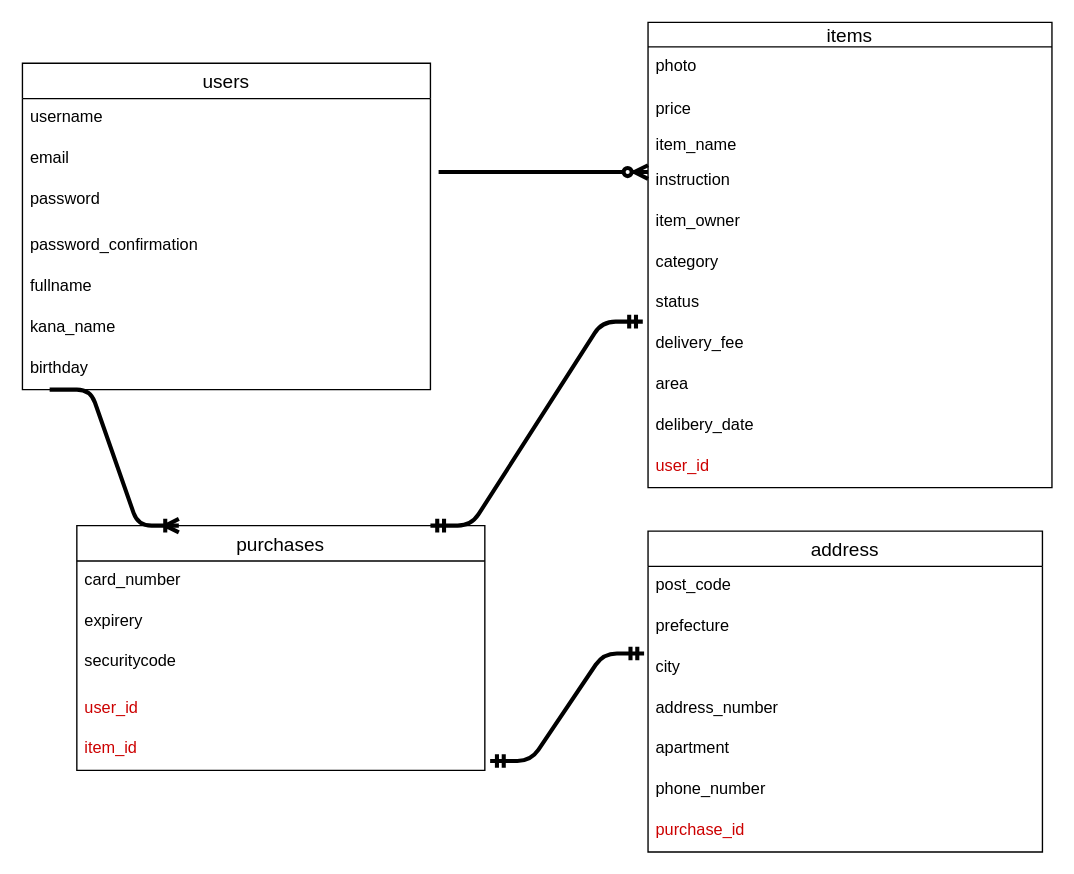
Earlier version of the draw.io diagram test.dio (sappy920/furima-29613). Source tidied: cells renumbered, new cells numbered last; positions are measured from the earlier drawing's top-left corner, leaving out a move shared by most shapes. Both pictures are drawn from the tidied source at 136%, with x=0, y=0 at pixel (22, 22).
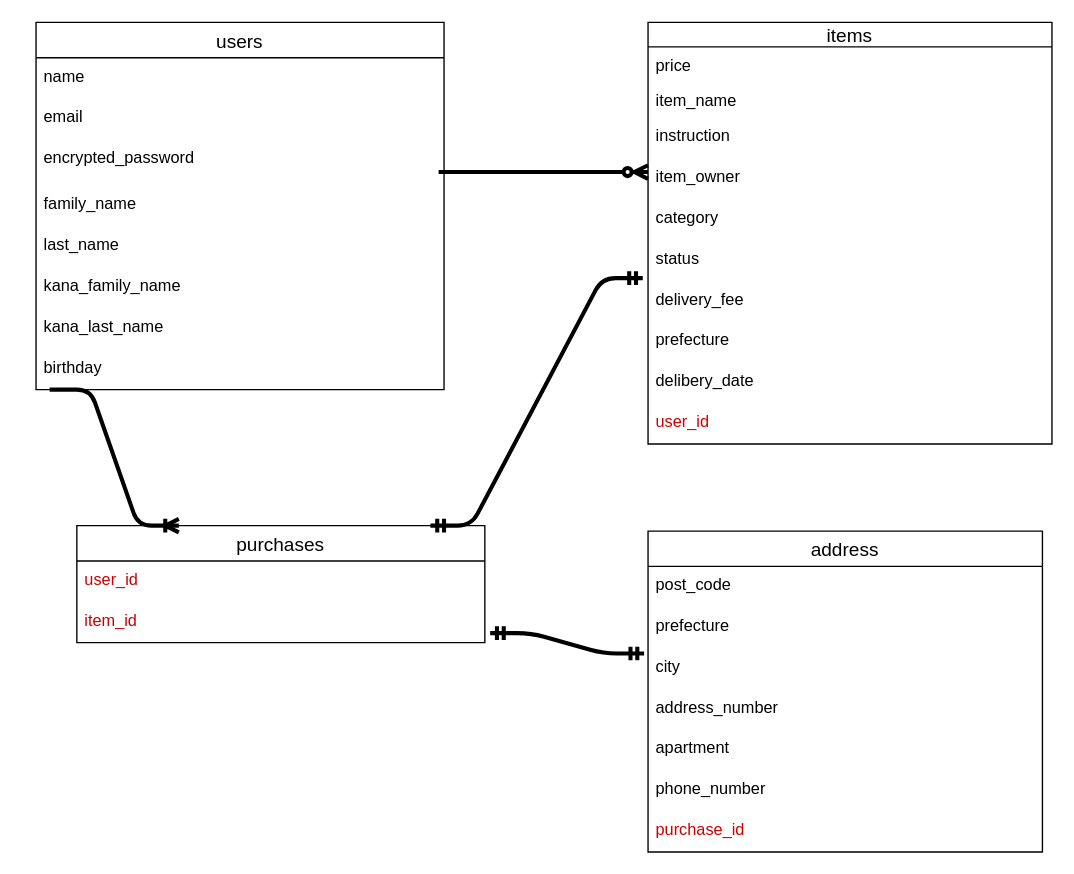
The same diagram, later.

Commit message (it also covers changes not shown here):
テーブル設計の修正

What changed in the source:
```diff
@@
     <mxCell id="2" value="users" style="swimlane;fontStyle=0;horizontal=1;startSize=26;align=center;fontSize=14;" parent="1" vertex="1">
-      <mxGeometry y="30" width="300" height="240" as="geometry" />
+      <mxGeometry x="10" width="300" height="270" as="geometry" />
     </mxCell>
-    <mxCell id="3" value="username" style="text;strokeColor=none;fillColor=none;spacingLeft=4;spacingRight=4;overflow=hidden;fontSize=12;" parent="2" vertex="1">
+    <mxCell id="3" value="name" style="text;strokeColor=none;fillColor=none;spacingLeft=4;spacingRight=4;overflow=hidden;fontSize=12;" parent="2" vertex="1">
       <mxGeometry y="26" width="300" height="30" as="geometry" />
     </mxCell>
@@
-    <mxCell id="5" value="password&#10;" style="text;strokeColor=none;fillColor=none;spacingLeft=4;spacingRight=4;overflow=hidden;fontSize=12;" parent="2" vertex="1">
+    <mxCell id="5" value="encrypted_password&#10;" style="text;strokeColor=none;fillColor=none;spacingLeft=4;spacingRight=4;overflow=hidden;fontSize=12;" parent="2" vertex="1">
       <mxGeometry y="86" width="300" height="34" as="geometry" />
     </mxCell>
-    <mxCell id="6" value="password_confirmation" style="text;strokeColor=none;fillColor=none;spacingLeft=4;spacingRight=4;overflow=hidden;fontSize=12;" parent="2" vertex="1">
-      <mxGeometry y="120" width="300" height="30" as="geometry" />
-    </mxCell>
-    <mxCell id="7" value="fullname&#10;" style="text;strokeColor=none;fillColor=none;spacingLeft=4;spacingRight=4;overflow=hidden;fontSize=12;" parent="2" vertex="1">
-      <mxGeometry y="150" width="300" height="30" as="geometry" />
+    <mxCell id="7" value="family_name" style="text;strokeColor=none;fillColor=none;spacingLeft=4;spacingRight=4;overflow=hidden;fontSize=12;" parent="2" vertex="1">
+      <mxGeometry y="120" width="300" height="30" as="geometry" />
     </mxCell>
-    <mxCell id="8" value="kana_name" style="text;strokeColor=none;fillColor=none;spacingLeft=4;spacingRight=4;overflow=hidden;fontSize=12;" parent="2" vertex="1">
-      <mxGeometry y="180" width="300" height="30" as="geometry" />
+    <mxCell id="8" value="last_name" style="text;strokeColor=none;fillColor=none;spacingLeft=4;spacingRight=4;overflow=hidden;fontSize=12;" parent="2" vertex="1">
+      <mxGeometry y="150" width="300" height="30" as="geometry" />
     </mxCell>
+    <mxCell id="40" value="kana_family_name" style="text;strokeColor=none;fillColor=none;spacingLeft=4;spacingRight=4;overflow=hidden;fontSize=12;" parent="2" vertex="1">
+      <mxGeometry y="180" width="300" height="30" as="geometry" />
+    </mxCell>
+    <mxCell id="41" value="kana_last_name" style="text;strokeColor=none;fillColor=none;spacingLeft=4;spacingRight=4;overflow=hidden;fontSize=12;" parent="2" vertex="1">
+      <mxGeometry y="210" width="300" height="30" as="geometry" />
+    </mxCell>
     <mxCell id="9" value="birthday&#10;&#10;" style="text;strokeColor=none;fillColor=none;spacingLeft=4;spacingRight=4;overflow=hidden;fontSize=12;" parent="2" vertex="1">
-      <mxGeometry y="210" width="300" height="30" as="geometry" />
+      <mxGeometry y="240" width="300" height="30" as="geometry" />
     </mxCell>
     <mxCell id="10" value="items" style="swimlane;fontStyle=0;horizontal=1;startSize=18;align=center;fontSize=14;" parent="1" vertex="1">
-      <mxGeometry x="460" width="297" height="342" as="geometry" />
+      <mxGeometry x="460" width="297" height="310" as="geometry" />
     </mxCell>
-    <mxCell id="11" value="photo" style="text;strokeColor=none;fillColor=none;spacingLeft=4;spacingRight=4;overflow=hidden;fontSize=12;" parent="10" vertex="1">
-      <mxGeometry y="18" width="297" height="32" as="geometry" />
-    </mxCell>
     <mxCell id="12" value="price" style="text;strokeColor=none;fillColor=none;spacingLeft=4;spacingRight=4;overflow=hidden;fontSize=12;" parent="10" vertex="1">
-      <mxGeometry y="50" width="297" height="26" as="geometry" />
+      <mxGeometry y="18" width="297" height="26" as="geometry" />
     </mxCell>
     <mxCell id="13" value="item_name" style="text;strokeColor=none;fillColor=none;spacingLeft=4;spacingRight=4;overflow=hidden;fontSize=12;" parent="10" vertex="1">
-      <mxGeometry y="76" width="297" height="26" as="geometry" />
+      <mxGeometry y="44" width="297" height="26" as="geometry" />
     </mxCell>
     <mxCell id="14" value="instruction" style="text;strokeColor=none;fillColor=none;spacingLeft=4;spacingRight=4;overflow=hidden;fontSize=12;" parent="10" vertex="1">
-      <mxGeometry y="102" width="297" height="30" as="geometry" />
+      <mxGeometry y="70" width="297" height="30" as="geometry" />
     </mxCell>
     <mxCell id="15" value="item_owner" style="text;strokeColor=none;fillColor=none;spacingLeft=4;spacingRight=4;overflow=hidden;fontSize=12;" parent="10" vertex="1">
-      <mxGeometry y="132" width="297" height="30" as="geometry" />
+      <mxGeometry y="100" width="297" height="30" as="geometry" />
     </mxCell>
     <mxCell id="16" value="category " style="text;strokeColor=none;fillColor=none;spacingLeft=4;spacingRight=4;overflow=hidden;fontSize=12;" parent="10" vertex="1">
-      <mxGeometry y="162" width="297" height="30" as="geometry" />
+      <mxGeometry y="130" width="297" height="30" as="geometry" />
     </mxCell>
     <mxCell id="17" value="status" style="text;strokeColor=none;fillColor=none;spacingLeft=4;spacingRight=4;overflow=hidden;fontSize=12;" parent="10" vertex="1">
-      <mxGeometry y="192" width="297" height="30" as="geometry" />
+      <mxGeometry y="160" width="297" height="30" as="geometry" />
     </mxCell>
     <mxCell id="18" value="delivery_fee" style="text;strokeColor=none;fillColor=none;spacingLeft=4;spacingRight=4;overflow=hidden;points=[[0,0.5],[1,0.5]];portConstraint=eastwest;fontSize=12;" parent="10" vertex="1">
-      <mxGeometry y="222" width="297" height="30" as="geometry" />
+      <mxGeometry y="190" width="297" height="30" as="geometry" />
     </mxCell>
-    <mxCell id="19" value="area" style="text;strokeColor=none;fillColor=none;spacingLeft=4;spacingRight=4;overflow=hidden;fontSize=12;" parent="10" vertex="1">
-      <mxGeometry y="252" width="297" height="30" as="geometry" />
+    <mxCell id="19" value="prefecture" style="text;strokeColor=none;fillColor=none;spacingLeft=4;spacingRight=4;overflow=hidden;fontSize=12;" parent="10" vertex="1">
+      <mxGeometry y="220" width="297" height="30" as="geometry" />
     </mxCell>
     <mxCell id="20" value="delibery_date" style="text;strokeColor=none;fillColor=none;spacingLeft=4;spacingRight=4;overflow=hidden;fontSize=12;" parent="10" vertex="1">
-      <mxGeometry y="282" width="297" height="30" as="geometry" />
+      <mxGeometry y="250" width="297" height="30" as="geometry" />
     </mxCell>
     <mxCell id="21" value="user_id" style="text;strokeColor=none;fillColor=none;spacingLeft=4;spacingRight=4;overflow=hidden;fontSize=12;fontColor=#CC0000;" parent="10" vertex="1">
-      <mxGeometry y="312" width="297" height="30" as="geometry" />
+      <mxGeometry y="280" width="297" height="30" as="geometry" />
     </mxCell>
@@
     <mxCell id="23" value="purchases" style="swimlane;fontStyle=0;horizontal=1;startSize=26;align=center;fontSize=14;" parent="1" vertex="1">
-      <mxGeometry x="40" y="370" width="300" height="180" as="geometry" />
+      <mxGeometry x="40" y="370" width="300" height="86" as="geometry" />
     </mxCell>
-    <mxCell id="24" value="card_number" style="text;strokeColor=none;fillColor=none;spacingLeft=4;spacingRight=4;overflow=hidden;fontSize=12;" parent="23" vertex="1">
-      <mxGeometry y="26" width="300" height="30" as="geometry" />
-    </mxCell>
-    <mxCell id="25" value="expirery&#10;" style="text;strokeColor=none;fillColor=none;spacingLeft=4;spacingRight=4;overflow=hidden;fontSize=12;" parent="23" vertex="1">
-      <mxGeometry y="56" width="300" height="30" as="geometry" />
-    </mxCell>
-    <mxCell id="26" value="securitycode" style="text;strokeColor=none;fillColor=none;spacingLeft=4;spacingRight=4;overflow=hidden;fontSize=12;" parent="23" vertex="1">
-      <mxGeometry y="86" width="300" height="34" as="geometry" />
-    </mxCell>
     <mxCell id="27" value="user_id" style="text;strokeColor=none;fillColor=none;spacingLeft=4;spacingRight=4;overflow=hidden;fontSize=12;fontColor=#CC0000;" parent="23" vertex="1">
-      <mxGeometry y="120" width="300" height="30" as="geometry" />
+      <mxGeometry y="26" width="300" height="30" as="geometry" />
     </mxCell>
     <mxCell id="28" value="item_id" style="text;strokeColor=none;fillColor=none;spacingLeft=4;spacingRight=4;overflow=hidden;points=[[0,0.5],[1,0.5]];portConstraint=eastwest;fontSize=12;fontColor=#CC0000;" parent="23" vertex="1">
-      <mxGeometry y="150" width="300" height="30" as="geometry" />
+      <mxGeometry y="56" width="300" height="30" as="geometry" />
     </mxCell>
```
